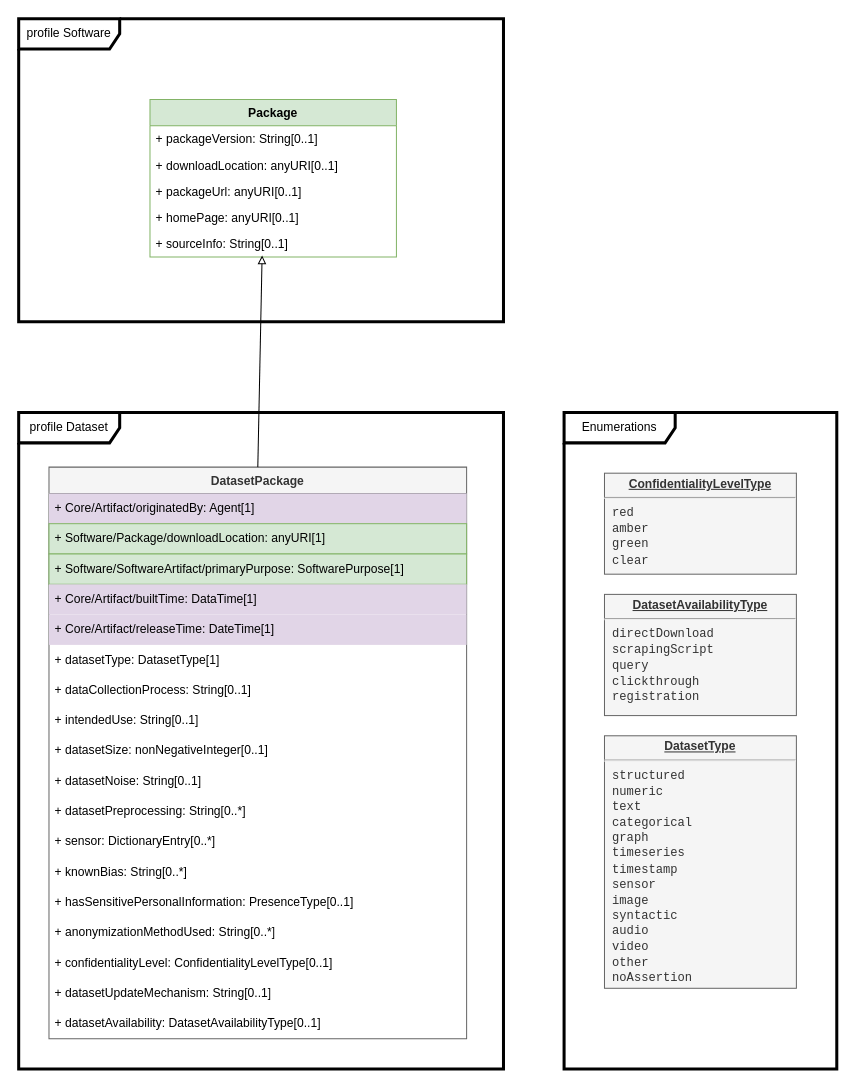
Above: page "Dataset" (9 of 11) of model.drawio in spdx/spdx-3-model (draw.io), before the change. Source tidied: cells renumbered, new cells numbered last; positions are measured from the earlier drawing's top-left corner, leaving out a move shared by most shapes. Both pictures are drawn from the tidied source at 101%, with x=0, y=0 at pixel (18, 18).
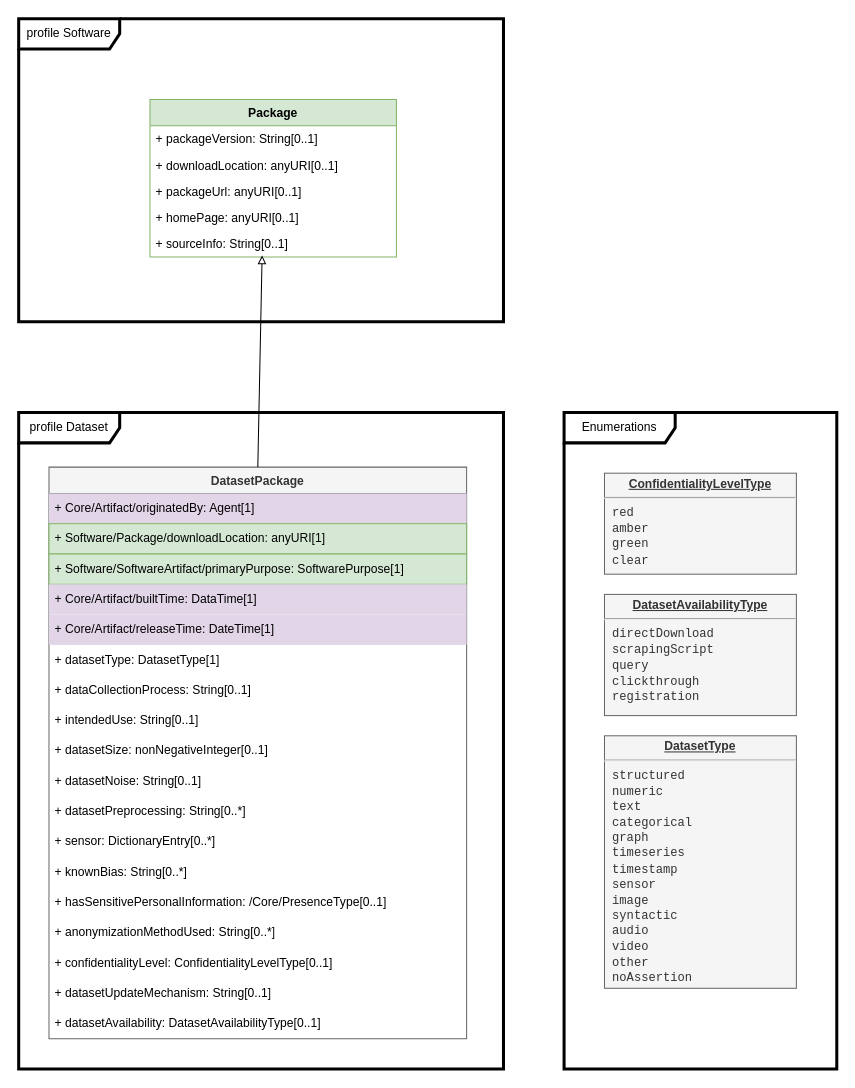
Above is the later version.

The change refers to these unchanged cells:
```xml
<mxCell id="10" value="DatasetPackage" style="swimlane;fontStyle=1;horizontal=1;startSize=26;fillColor=#f5f5f5;strokeColor=#666666;fontColor=#333333;" parent="1" vertex="1">
  <mxGeometry x="30" y="444" width="413.5" height="566" as="geometry" />
</mxCell>
```

What changed in the source:
```diff
@@
-    <mxCell id="24" value="+ hasSensitivePersonalInformation: PresenceType[0..1]" style="text;strokeColor=none;fillColor=none;align=left;verticalAlign=middle;spacingLeft=4;spacingRight=4;overflow=hidden;whiteSpace=wrap;html=1;" parent="10" vertex="1">
+    <mxCell id="24" value="+ hasSensitivePersonalInformation: /Core/PresenceType[0..1]" style="text;strokeColor=none;fillColor=none;align=left;verticalAlign=middle;spacingLeft=4;spacingRight=4;overflow=hidden;whiteSpace=wrap;html=1;" parent="10" vertex="1">
       <mxGeometry y="416" width="413.5" height="30" as="geometry" />
     </mxCell>
```
